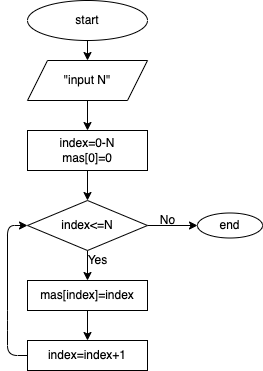
Before: example.drawio.png, a diagram exported from draw.io (ElenaNec/Test_pro). Source tidied: cells renumbered, new cells last; positions are measured from the earlier drawing's top-left corner, leaving out a move shared by most shapes.
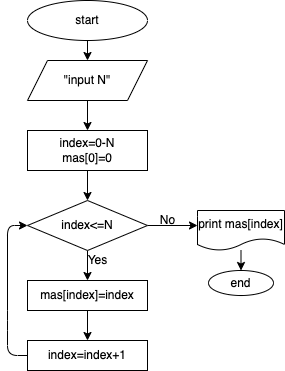
The same file after the commit.

Commit message:
Добавлено вывод на ечать массива

Change to the diagram source:
```diff
@@ -56,7 +56,13 @@
       <mxGeometry x="145" y="210" width="30" height="20" as="geometry" />
     </mxCell>
     <mxCell id="17" value="end" style="ellipse;whiteSpace=wrap;html=1;" parent="1" vertex="1">
-      <mxGeometry x="190" y="212.5" width="65" height="25" as="geometry" />
+      <mxGeometry x="201" y="270" width="65" height="25" as="geometry" />
     </mxCell>
+    <mxCell id="18" style="edgeStyle=none;html=1;" parent="1" edge="1" source="19" target="17">
+      <mxGeometry relative="1" as="geometry" />
+    </mxCell>
+    <mxCell id="19" value="print mas[index]" style="shape=document;whiteSpace=wrap;html=1;boundedLbl=1;" parent="1" vertex="1">
+      <mxGeometry x="190" y="210" width="87" height="40" as="geometry" />
+    </mxCell>
   </root>
 </mxGraphModel>
```
